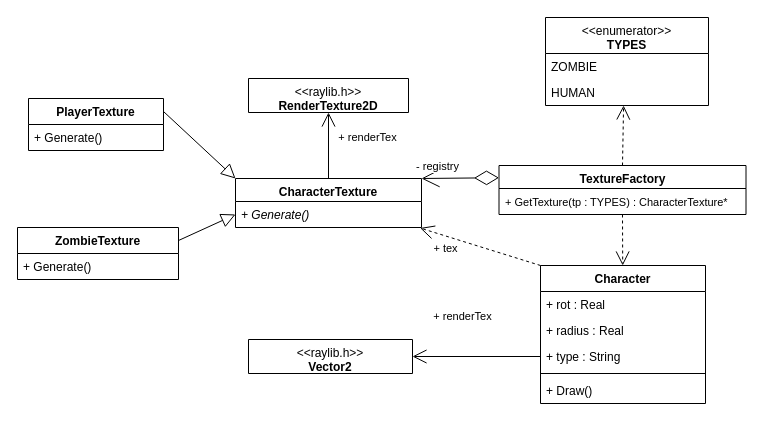
This is lab 2 - Flyweight/Fadulla.drawio from solovozer/-2, a draw.io file, before an edit. Source tidied: cells renumbered, new cells numbered last; positions are measured from the earlier drawing's top-left corner, leaving out a move shared by most shapes. Both pictures are drawn from the tidied source at 100%, with x=0, y=0 at pixel (17, 17).
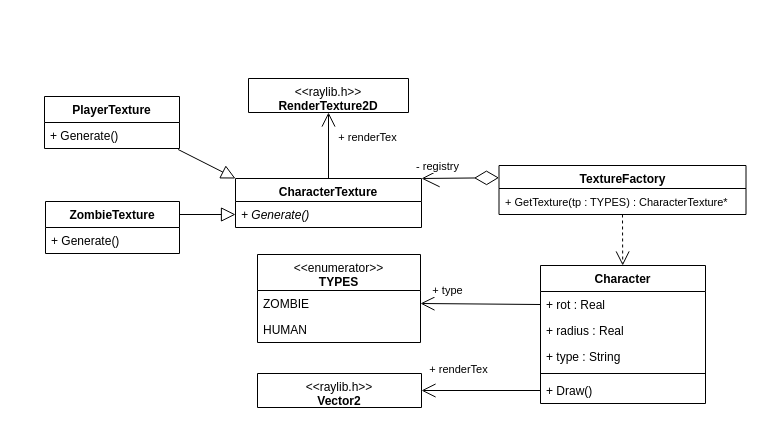
The same diagram, later.

Unchanged cells that the change refers to:
```xml
<mxCell id="2" value="CharacterTexture" style="swimlane;fontStyle=1;align=center;verticalAlign=top;horizontal=1;startSize=23;whiteSpace=wrap;html=1;" parent="1" vertex="1">
  <mxGeometry x="218" y="161" width="186" height="49" as="geometry" />
</mxCell>
<mxCell id="3" value="&lt;i&gt;+ Generate()&lt;/i&gt;" style="text;strokeColor=none;fillColor=none;align=left;verticalAlign=top;spacingLeft=4;spacingRight=4;overflow=hidden;points=[[0,0.5],[1,0.5]];portConstraint=eastwest;whiteSpace=wrap;html=1;" parent="2" vertex="1">
  <mxGeometry y="23" width="186" height="26" as="geometry" />
</mxCell>
<mxCell id="7" value="+ Generate()" style="text;strokeColor=none;fillColor=none;align=left;verticalAlign=top;spacingLeft=4;spacingRight=4;overflow=hidden;points=[[0,0.5],[1,0.5]];portConstraint=eastwest;whiteSpace=wrap;html=1;" parent="6" vertex="1">
  <mxGeometry y="26" width="135" height="26" as="geometry" />
</mxCell>
<mxCell id="8" value="TextureFactory" style="swimlane;fontStyle=1;align=center;verticalAlign=top;horizontal=1;startSize=23;whiteSpace=wrap;html=1;" parent="1" vertex="1">
  <mxGeometry x="481.5" y="148" width="247" height="49" as="geometry" />
</mxCell>
<mxCell id="10" value="Character" style="swimlane;fontStyle=1;align=center;verticalAlign=top;horizontal=1;startSize=26;whiteSpace=wrap;html=1;" parent="1" vertex="1">
  <mxGeometry x="523" y="248" width="165" height="138" as="geometry" />
</mxCell>
<mxCell id="11" value="+ rot : Real" style="text;strokeColor=none;fillColor=none;align=left;verticalAlign=top;spacingLeft=4;spacingRight=4;overflow=hidden;points=[[0,0.5],[1,0.5]];portConstraint=eastwest;whiteSpace=wrap;html=1;" parent="10" vertex="1">
  <mxGeometry y="26" width="165" height="26" as="geometry" />
</mxCell>
<mxCell id="13" value="+ type : String" style="text;strokeColor=none;fillColor=none;align=left;verticalAlign=top;spacingLeft=4;spacingRight=4;overflow=hidden;points=[[0,0.5],[1,0.5]];portConstraint=eastwest;whiteSpace=wrap;html=1;" parent="10" vertex="1">
  <mxGeometry y="78" width="165" height="26" as="geometry" />
</mxCell>
<mxCell id="15" value="+ Draw()" style="text;strokeColor=none;fillColor=none;align=left;verticalAlign=top;spacingLeft=4;spacingRight=4;overflow=hidden;points=[[0,0.5],[1,0.5]];portConstraint=eastwest;whiteSpace=wrap;html=1;" parent="10" vertex="1">
  <mxGeometry y="112" width="165" height="26" as="geometry" />
</mxCell>
<mxCell id="23" value="ZOMBIE" style="text;strokeColor=none;fillColor=none;align=left;verticalAlign=top;spacingLeft=4;spacingRight=4;overflow=hidden;points=[[0,0.5],[1,0.5]];portConstraint=eastwest;whiteSpace=wrap;html=1;" parent="22" vertex="1">
  <mxGeometry y="36" width="163" height="26" as="geometry" />
</mxCell>
<mxCell id="24" value="HUMAN" style="text;strokeColor=none;fillColor=none;align=left;verticalAlign=top;spacingLeft=4;spacingRight=4;overflow=hidden;points=[[0,0.5],[1,0.5]];portConstraint=eastwest;whiteSpace=wrap;html=1;" parent="22" vertex="1">
  <mxGeometry y="62" width="163" height="26" as="geometry" />
</mxCell>
```

Diff of the diagram source:
```diff
@@
     <mxCell id="4" value="ZombieTexture" style="swimlane;fontStyle=1;align=center;verticalAlign=top;horizontal=1;startSize=26;whiteSpace=wrap;html=1;" parent="1" vertex="1">
-      <mxGeometry y="210" width="161" height="52" as="geometry" />
+      <mxGeometry x="28" y="184" width="134" height="52" as="geometry" />
     </mxCell>
     <mxCell id="5" value="+ Generate()" style="text;strokeColor=none;fillColor=none;align=left;verticalAlign=top;spacingLeft=4;spacingRight=4;overflow=hidden;whiteSpace=wrap;html=1;" parent="4" vertex="1">
-      <mxGeometry y="26" width="161" height="26" as="geometry" />
+      <mxGeometry y="26" width="134" height="26" as="geometry" />
     </mxCell>
     <mxCell id="6" value="PlayerTexture" style="swimlane;fontStyle=1;align=center;verticalAlign=top;horizontal=1;startSize=26;whiteSpace=wrap;html=1;" parent="1" vertex="1">
-      <mxGeometry x="11" y="81" width="135" height="52" as="geometry" />
+      <mxGeometry x="27" y="79" width="135" height="52" as="geometry" />
     </mxCell>
@@
-    <mxCell id="18" style="endArrow=block;endFill=0;endSize=12;html=1;rounded=0;exitX=1;exitY=0.25;exitDx=0;exitDy=0;entryX=0;entryY=0;entryDx=0;entryDy=0;" parent="1" edge="1" source="6" target="2">
+    <mxCell id="18" style="endArrow=block;endFill=0;endSize=12;html=1;rounded=0;exitX=0.99;exitY=1.038;exitDx=0;exitDy=0;entryX=0;entryY=0;entryDx=0;entryDy=0;exitPerimeter=0;" parent="1" edge="1" source="7" target="2">
       <mxGeometry relative="1" as="geometry" />
     </mxCell>
@@
     <mxCell id="22" value="&lt;div&gt;&lt;span style=&quot;font-weight: 400;&quot;&gt;&amp;lt;&amp;lt;enumerator&amp;gt;&amp;gt;&lt;/span&gt;&lt;/div&gt;TYPES" style="swimlane;fontStyle=1;align=center;verticalAlign=top;horizontal=1;startSize=36;whiteSpace=wrap;html=1;" parent="1" vertex="1">
-      <mxGeometry x="528" width="163" height="88" as="geometry" />
+      <mxGeometry x="240" y="237" width="163" height="88" as="geometry" />
     </mxCell>
@@
-    <mxCell id="25" style="endArrow=open;endSize=12;dashed=1;html=1;rounded=0;exitX=0.5;exitY=0;exitDx=0;exitDy=0;entryX=0.479;entryY=1;entryDx=0;entryDy=0;entryPerimeter=0;" parent="1" edge="1" source="8" target="24">
-      <mxGeometry x="0.56" y="-11" relative="1" as="geometry" />
-    </mxCell>
     <mxCell id="26" value="&lt;div&gt;&lt;span style=&quot;font-weight: 400;&quot;&gt;&amp;lt;&amp;lt;raylib.h&amp;gt;&amp;gt;&lt;/span&gt;&lt;/div&gt;Vector2" style="swimlane;fontStyle=1;align=center;verticalAlign=top;horizontal=1;startSize=34;whiteSpace=wrap;html=1;" parent="1" vertex="1">
-      <mxGeometry x="231" y="322" width="164" height="34" as="geometry" />
+      <mxGeometry x="240" y="356" width="164" height="34" as="geometry" />
     </mxCell>
-    <mxCell id="27" value="+ renderTex" style="endArrow=open;endSize=12;html=1;rounded=0;exitX=0;exitY=0.5;exitDx=0;exitDy=0;entryX=1;entryY=0.5;entryDx=0;entryDy=0;" parent="1" edge="1" source="13" target="26">
-      <mxGeometry x="0.22" y="-40" relative="1" as="geometry" />
+    <mxCell id="27" value="+ renderTex" style="endArrow=open;endSize=12;html=1;rounded=0;exitX=0;exitY=0.5;exitDx=0;exitDy=0;entryX=1;entryY=0.5;entryDx=0;entryDy=0;" parent="1" edge="1" source="15" target="26">
+      <mxGeometry x="0.38" y="-21" relative="1" as="geometry" />
     </mxCell>
-    <mxCell id="28" style="endArrow=open;endSize=12;dashed=1;html=1;rounded=0;exitX=0;exitY=0;exitDx=0;exitDy=0;entryX=0.992;entryY=1.02;entryDx=0;entryDy=0;entryPerimeter=0;" parent="1" edge="1" source="10" target="3">
-      <mxGeometry x="0.56" y="-11" relative="1" as="geometry" />
-    </mxCell>
-    <mxCell id="29" value="+ tex" style="edgeLabel;html=1;align=center;verticalAlign=middle;" parent="28" vertex="1">
-      <mxGeometry x="-0.05" y="-2" relative="1" as="geometry">
-        <mxPoint x="-39" y="2" as="offset" />
-      </mxGeometry>
-    </mxCell>
+    <mxCell id="30" value="+ type" style="endArrow=open;endSize=12;html=1;rounded=0;exitX=0;exitY=0.5;exitDx=0;exitDy=0;entryX=1;entryY=0.5;entryDx=0;entryDy=0;" parent="1" edge="1" source="11" target="23">
+      <mxGeometry x="0.55" y="-13" relative="1" as="geometry" />
+    </mxCell>
```
